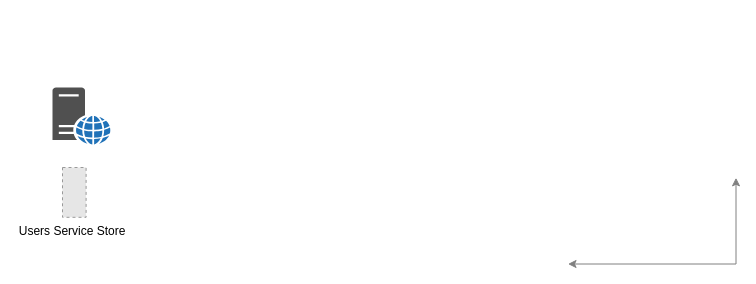
athanikos/CryptoCalculatorService keeps this draw.io diagram as CryptoCalculatorService/Untitled Diagram.drawio. Above is the earlier version. Source tidied: cells renumbered, new cells numbered last; positions are measured from the earlier drawing's top-left corner, leaving out a move shared by most shapes. Both pictures are drawn from the tidied source at 100%, with x=0, y=0 at pixel (52, 87). Pictures stored in the file or linked from it are replaced by grey dashed boxes.
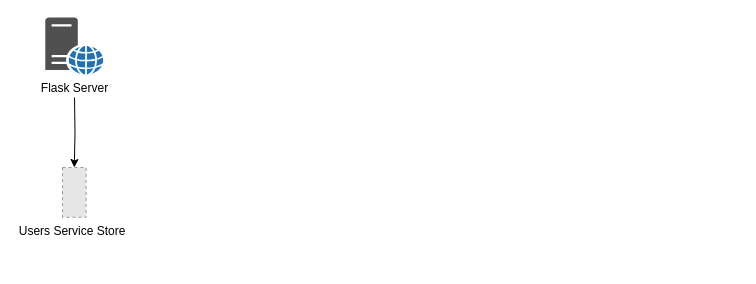
The same page after the edit.

Change to the diagram source:
```diff
@@
 <mxGraphModel>
   <root>
     <mxCell id="0" />
     <mxCell id="1" parent="0" />
-    <mxCell id="2" style="edgeStyle=elbowEdgeStyle;rounded=0;orthogonalLoop=1;jettySize=auto;html=1;strokeColor=#808080;exitX=0.62;exitY=1.036;exitDx=0;exitDy=0;exitPerimeter=0;startArrow=classic;startFill=1;" parent="1" edge="1">
-      <mxGeometry relative="1" as="geometry">
-        <mxPoint x="683.5" y="90.3" as="sourcePoint" />
-        <mxPoint x="515.5" y="176.5" as="targetPoint" />
-        <Array as="points">
-          <mxPoint x="683.5" y="176.5" />
-        </Array>
-      </mxGeometry>
-    </mxCell>
     <mxCell id="3" value="Users Service Store " style="fillColor=#E6E6E6;strokeColor=#999999;dashed=1;verticalLabelPosition=bottom;labelBackgroundColor=#ffffff;verticalAlign=top;" parent="1" vertex="1">
       <mxGeometry x="10" y="80" width="23.6" height="49.8" as="geometry" />
     </mxCell>
+    <mxCell id="5" style="edgeStyle=orthogonalEdgeStyle;rounded=0;jettySize=auto;html=1;" parent="1" edge="1" target="3">
+      <mxGeometry relative="1" as="geometry">
+        <mxPoint x="22" y="10" as="sourcePoint" />
+      </mxGeometry>
+    </mxCell>
-    <mxCell id="4" style="shadow=0;dashed=0;html=1;strokeColor=none;fillColor=#505050;labelPosition=center;verticalLabelPosition=bottom;verticalAlign=top;align=center;shape=mxgraph.office.servers.web_server_blue;" parent="1" vertex="1">
-      <mxGeometry width="58" height="57" as="geometry" />
+    <mxCell id="4" value="Flask Server" style="shadow=0;dashed=0;html=1;strokeColor=none;fillColor=#505050;labelPosition=center;verticalLabelPosition=bottom;verticalAlign=top;align=center;shape=mxgraph.office.servers.web_server_blue;" parent="1" vertex="1">
+      <mxGeometry x="-7.2" y="-70" width="58" height="57" as="geometry" />
     </mxCell>
   </root>
 </mxGraphModel>
```
